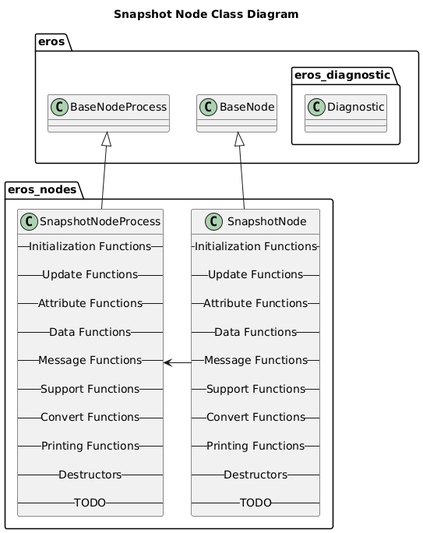
Above: nodes/SnapshotNode/doc/output/SnapshotNodeClassDiagram.png in dgitz/eros (PlantUML), before the change.
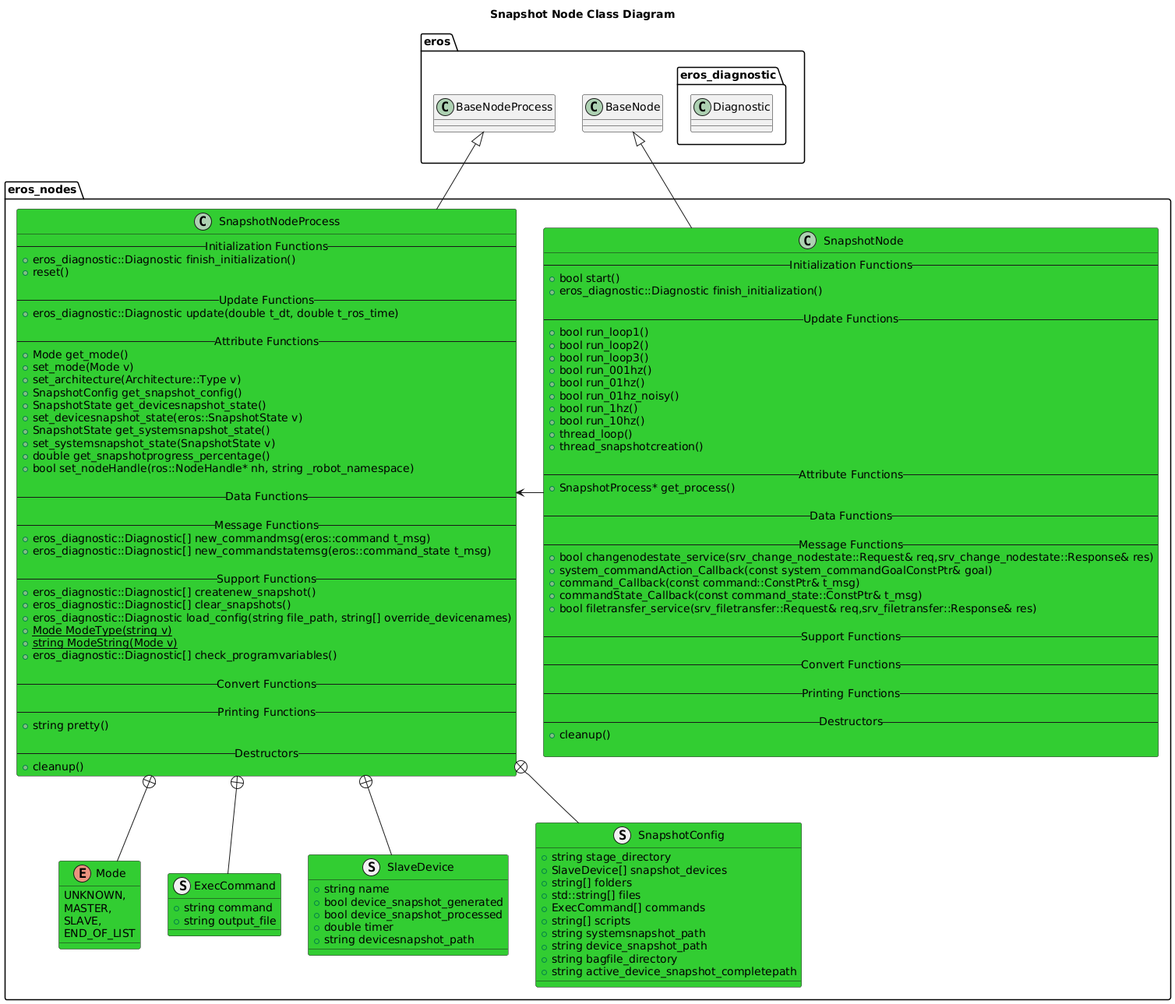
After the change.

Commit message:
Added class diagrams for all nodes.

The edit, as a diff of the source:
```diff
@@ -8,16 +8,34 @@
     }
 }
 namespace eros_nodes {
-    class SnapshotNode {
+    class SnapshotNode #LimeGreen {
         -- Initialization Functions --
+        +bool start()
+        +eros_diagnostic::Diagnostic finish_initialization()
 
         -- Update Functions --
+        +bool run_loop1()
+        +bool run_loop2()
+        +bool run_loop3()
+        +bool run_001hz()
+        +bool run_01hz()
+        +bool run_01hz_noisy()
+        +bool run_1hz()
+        +bool run_10hz()
+        +thread_loop()
+        +thread_snapshotcreation()
 
         -- Attribute Functions --
+        +SnapshotProcess* get_process()
 
         -- Data Functions --
 
         -- Message Functions --
+        +bool changenodestate_service(srv_change_nodestate::Request& req,srv_change_nodestate::Response& res)
+        +system_commandAction_Callback(const system_commandGoalConstPtr& goal)
+        +command_Callback(const command::ConstPtr& t_msg)
+        +commandState_Callback(const command_state::ConstPtr& t_msg)
+        +bool filetransfer_service(srv_filetransfer::Request& req,srv_filetransfer::Response& res)
 
         -- Support Functions --
 
@@ -26,30 +44,86 @@
         -- Printing Functions --
 
         -- Destructors --
+        +cleanup()
 
-        -- TODO --
     }
-    class SnapshotNodeProcess {
+    class SnapshotNodeProcess #LimeGreen {
         -- Initialization Functions --
+        +eros_diagnostic::Diagnostic finish_initialization()
+        +reset()
 
         -- Update Functions --
+        +eros_diagnostic::Diagnostic update(double t_dt, double t_ros_time)
 
         -- Attribute Functions --
+        +Mode get_mode()
+        +set_mode(Mode v)
+        +set_architecture(Architecture::Type v)
+        +SnapshotConfig get_snapshot_config()
+        +SnapshotState get_devicesnapshot_state()
+        +set_devicesnapshot_state(eros::SnapshotState v)
+        +SnapshotState get_systemsnapshot_state()
+        +set_systemsnapshot_state(SnapshotState v)
+        +double get_snapshotprogress_percentage()
+        + bool set_nodeHandle(ros::NodeHandle* nh, string _robot_namespace)
 
         -- Data Functions --
 
         -- Message Functions --
+        +eros_diagnostic::Diagnostic[] new_commandmsg(eros::command t_msg)
+        +eros_diagnostic::Diagnostic[] new_commandstatemsg(eros::command_state t_msg)
 
         -- Support Functions --
+        +eros_diagnostic::Diagnostic[] createnew_snapshot()
+        +eros_diagnostic::Diagnostic[] clear_snapshots()
+        +eros_diagnostic::Diagnostic load_config(string file_path, string[] override_devicenames)
+        +{static} Mode ModeType(string v)
+        +{static} string ModeString(Mode v)
+        +eros_diagnostic::Diagnostic[] check_programvariables()
 
         -- Convert Functions --
 
         -- Printing Functions --
+        +string pretty()
 
         -- Destructors --
+        +cleanup()
+    }
+    enum Mode #LimeGreen {
+        UNKNOWN,
+        MASTER,
+        SLAVE,
+        END_OF_LIST
+    }
+    SnapshotNodeProcess +-- Mode
 
-        -- TODO --
+    struct ExecCommand #LimeGreen {
+        +string command
+        +string output_file
     }
+    SnapshotNodeProcess +-- ExecCommand
+
+    struct SlaveDevice #LimeGreen {
+        +string name
+        +bool device_snapshot_generated
+        +bool device_snapshot_processed
+        +double timer
+        +string devicesnapshot_path
+    }
+    SnapshotNodeProcess +-- SlaveDevice
+    struct SnapshotConfig #LimeGreen {
+        +string stage_directory
+        +SlaveDevice[] snapshot_devices
+        +string[] folders
+        +std::string[] files
+        +ExecCommand[] commands
+        +string[] scripts
+        +string systemsnapshot_path
+        +string device_snapshot_path
+        +string bagfile_directory
+        +string active_device_snapshot_completepath
+    }
+    SnapshotNodeProcess +-- SnapshotConfig
 
     BaseNode <|-- SnapshotNode
     BaseNodeProcess <|-- SnapshotNodeProcess
```
